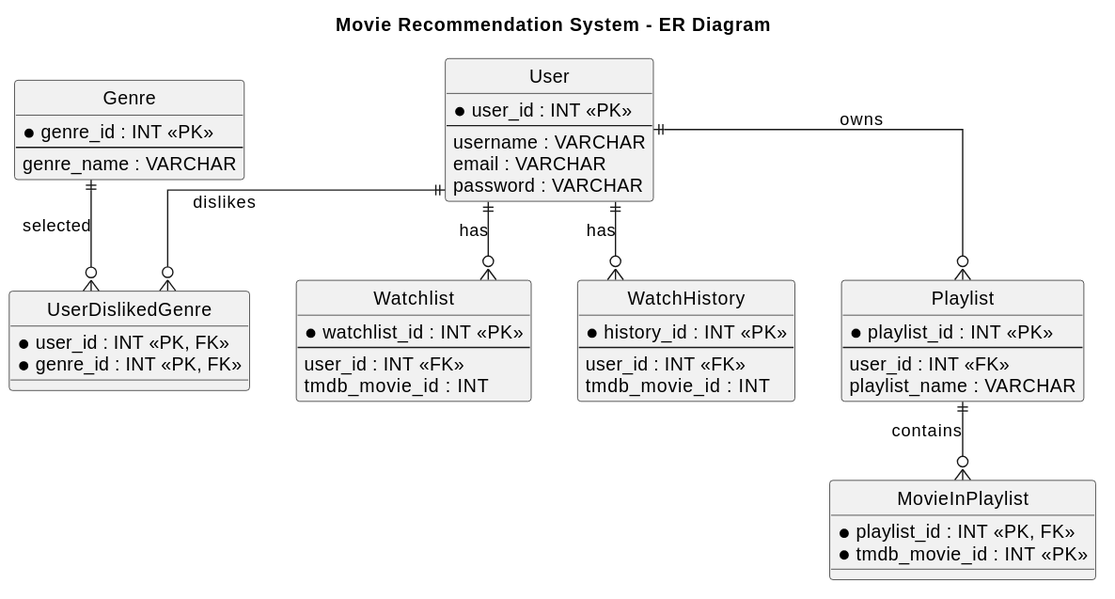
Before: docs/diagrams/svg/08_er_diagram.svg, a diagram exported from PlantUML (YathichaC/movie-mood).
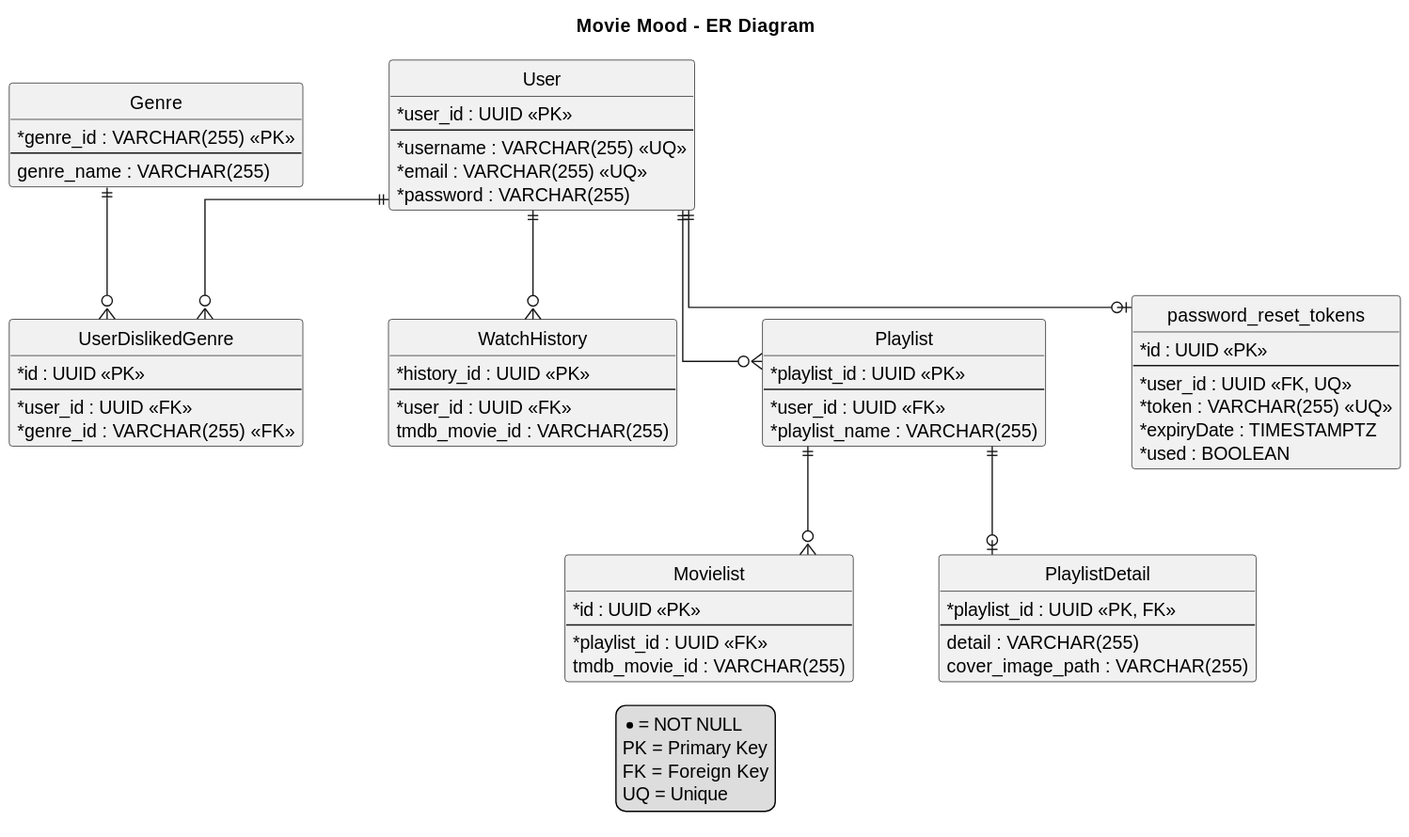
Later version of the same file.

The edit, as a diff of the source:
```diff
@@ -1,65 +1,93 @@
 @startuml
-title Movie Recommendation System - ER Diagram
+title Movie Mood - ER Diagram
 
 hide circle
+top to bottom direction
+
 skinparam linetype ortho
-skinparam entity {
-    BackgroundColor White
-    BorderColor Black
+skinparam classAttributeIconSize 0
+skinparam shadowing false
+skinparam nodesep 65
+skinparam ranksep 65
+
+entity "Genre" as Genre {
+  * genre_id : VARCHAR(255) <<PK>>
+  --
+  genre_name : VARCHAR(255)
 }
 
 entity "User" as User {
-    * user_id : INT <<PK>>
-    --
-    username : VARCHAR
-    email : VARCHAR
-    password : VARCHAR
-}
-
-entity "Genre" as Genre {
-    * genre_id : INT <<PK>>
-    --
-    genre_name : VARCHAR
+  * user_id : UUID <<PK>>
+  --
+  * username : VARCHAR(255) <<UQ>>
+  * email : VARCHAR(255) <<UQ>>
+  * password : VARCHAR(255)
 }
 
 entity "UserDislikedGenre" as UserDislikedGenre {
-    * user_id : INT <<PK, FK>>
-    * genre_id : INT <<PK, FK>>
-}
-
-entity "Watchlist" as Watchlist {
-    * watchlist_id : INT <<PK>>
-    --
-    user_id : INT <<FK>>
-    tmdb_movie_id : INT
+  * id : UUID <<PK>>
+  --
+  * user_id : UUID <<FK>>
+  * genre_id : VARCHAR(255) <<FK>>
 }
 
 entity "WatchHistory" as WatchHistory {
-    * history_id : INT <<PK>>
-    --
-    user_id : INT <<FK>>
-    tmdb_movie_id : INT
+  * history_id : UUID <<PK>>
+  --
+  * user_id : UUID <<FK>>
+  tmdb_movie_id : VARCHAR(255)
 }
 
 entity "Playlist" as Playlist {
-    * playlist_id : INT <<PK>>
-    --
-    user_id : INT <<FK>>
-    playlist_name : VARCHAR
+  * playlist_id : UUID <<PK>>
+  --
+  * user_id : UUID <<FK>>
+  * playlist_name : VARCHAR(255)
 }
 
-entity "MovieInPlaylist" as MovieInPlaylist {
-    * playlist_id : INT <<PK, FK>>
-    * tmdb_movie_id : INT <<PK>>
+entity "Movielist" as Movielist {
+  * id : UUID <<PK>>
+  --
+  * playlist_id : UUID <<FK>>
+  tmdb_movie_id : VARCHAR(255)
 }
 
+entity "PlaylistDetail" as PlaylistDetail {
+  * playlist_id : UUID <<PK, FK>>
+  --
+  detail : VARCHAR(255)
+  cover_image_path : VARCHAR(255)
+}
 
-User ||--o{ UserDislikedGenre : dislikes
-Genre ||--o{ UserDislikedGenre : selected
+entity "password_reset_tokens" as ResetToken {
+  * id : UUID <<PK>>
+  --
+  * user_id : UUID <<FK, UQ>>
+  * token : VARCHAR(255) <<UQ>>
+  * expiryDate : TIMESTAMPTZ
+  * used : BOOLEAN
+}
 
-User ||--o{ Watchlist : has
-User ||--o{ WatchHistory : has
-User ||--o{ Playlist : owns
+User ||--o{ UserDislikedGenre
+Genre ||--o{ UserDislikedGenre
 
-Playlist ||--o{ MovieInPlaylist : contains
+User ||--o{ WatchHistory
+User ||--o{ Playlist
+
+Playlist ||--o{ Movielist
+Playlist ||--o| PlaylistDetail
+
+User ||--o| ResetToken
+
+Genre -[hidden]right- User
+UserDislikedGenre -[hidden]right- WatchHistory
+WatchHistory -[hidden]right- Playlist
+Movielist -[hidden]right- PlaylistDetail
+
+legend bottom
+  * = NOT NULL
+  PK = Primary Key
+  FK = Foreign Key
+  UQ = Unique
+endlegend
 @enduml
```
